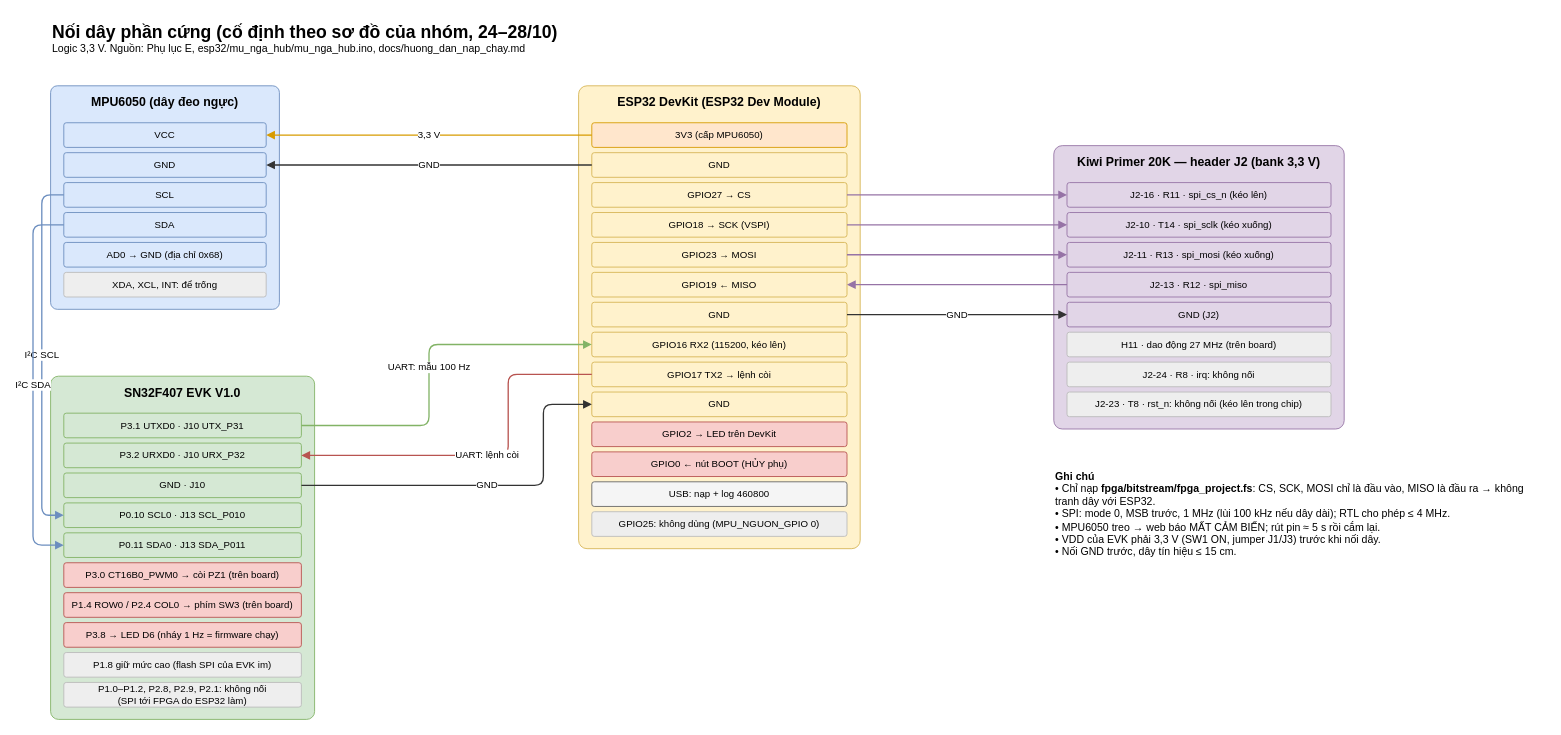
danhle396/fpga2026gowin keeps this draw.io diagram as page "2. Nối dây (chân)" (2 of 8) of docs/so_do_he_thong.drawio. Above is the earlier version. Source tidied: cells renumbered, new cells numbered last; positions are measured from the earlier drawing's top-left corner, leaving out a move shared by most shapes. Both pictures are drawn from the tidied source at 88%, with x=0, y=0 at pixel (33, 15).
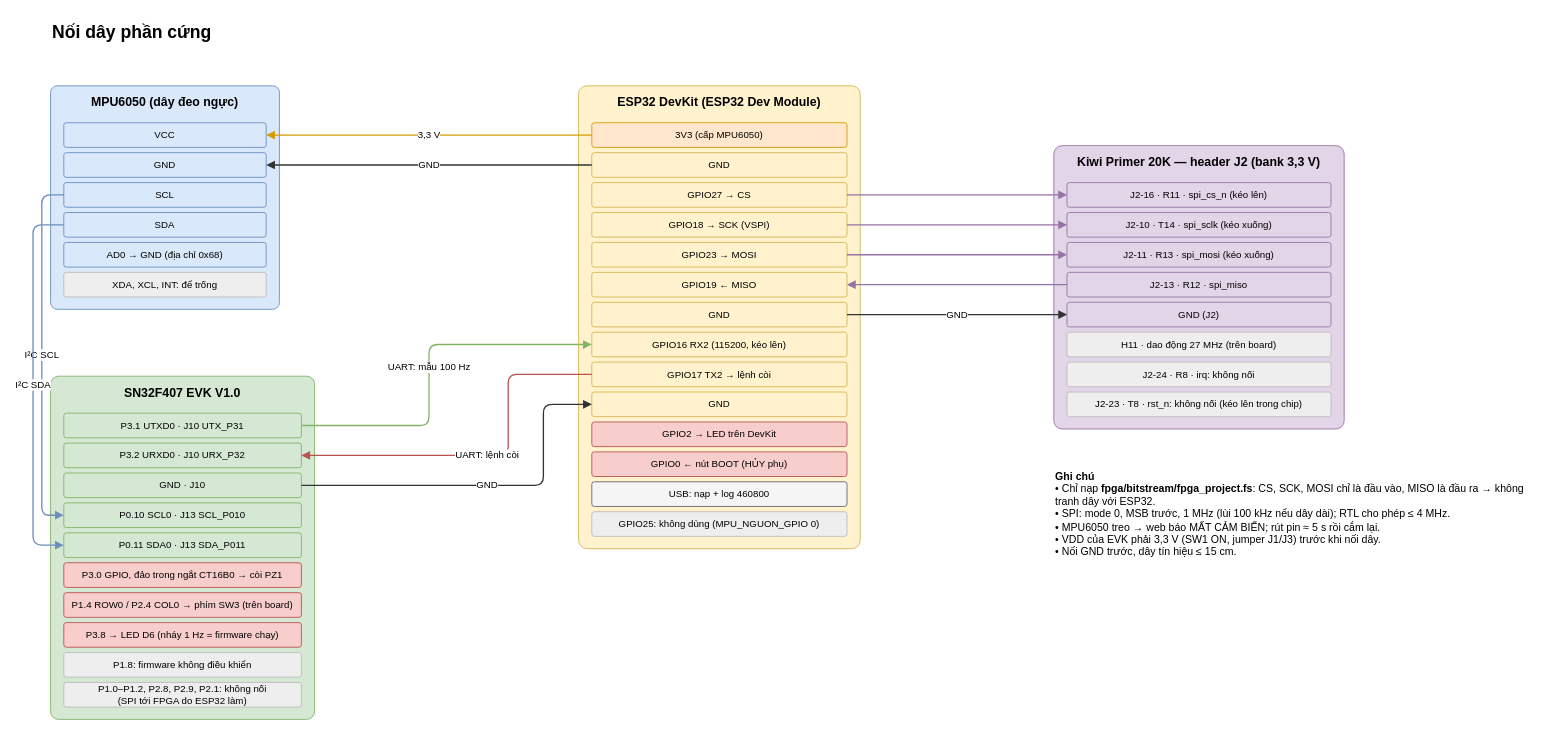
The same page after the edit.

What changed in the source:
```diff
@@
-    <mxCell id="2" value="&lt;b style='font-size:20px'&gt;Nối dây phần cứng (cố định theo sơ đồ của nhóm, 24–28/10)&lt;/b&gt;&lt;br&gt;Logic 3,3 V. Nguồn: Phụ lục E, esp32/mu_nga_hub/mu_nga_hub.ino, docs/huong_dan_nap_chay.md" style="text;html=1;whiteSpace=wrap;align=left;verticalAlign=top;fontSize=12;" parent="1" vertex="1">
+    <mxCell id="2" value="&lt;b style=&quot;font-size:20px&quot;&gt;Nối dây phần cứng&amp;nbsp;&lt;/b&gt;&lt;div&gt;&lt;br&gt;&lt;/div&gt;" style="text;html=1;whiteSpace=wrap;align=left;verticalAlign=top;fontSize=12;" parent="1" vertex="1">
       <mxGeometry x="20" width="1300" height="60" as="geometry" />
     </mxCell>
@@
-    <mxCell id="16" value="P3.0 CT16B0_PWM0 → còi PZ1 (trên board)" style="rounded=1;whiteSpace=wrap;html=1;arcSize=6;fillColor=#f8cecc;strokeColor=#b85450;verticalAlign=middle;align=center;spacing=6;fontSize=12;fontSize=11;arcSize=10;" parent="1" vertex="1">
+    <mxCell id="16" value="P3.0 GPIO, đảo trong ngắt CT16B0 → còi PZ1" style="rounded=1;whiteSpace=wrap;html=1;arcSize=6;fillColor=#f8cecc;strokeColor=#b85450;verticalAlign=middle;align=center;spacing=6;fontSize=12;fontSize=11;arcSize=10;" parent="1" vertex="1">
       <mxGeometry x="35" y="622" width="270" height="28" as="geometry" />
     </mxCell>
@@
-    <mxCell id="19" value="P1.8 giữ mức cao (flash SPI của EVK im)" style="rounded=1;whiteSpace=wrap;html=1;arcSize=6;fillColor=#eeeeee;strokeColor=#bbbbbb;verticalAlign=middle;align=center;spacing=6;fontSize=12;fontSize=11;arcSize=10;" parent="1" vertex="1">
+    <mxCell id="19" value="P1.8: firmware không điều khiển" style="rounded=1;whiteSpace=wrap;html=1;arcSize=6;fillColor=#eeeeee;strokeColor=#bbbbbb;verticalAlign=middle;align=center;spacing=6;fontSize=12;fontSize=11;arcSize=10;" parent="1" vertex="1">
       <mxGeometry x="35" y="724" width="270" height="28" as="geometry" />
     </mxCell>
```
